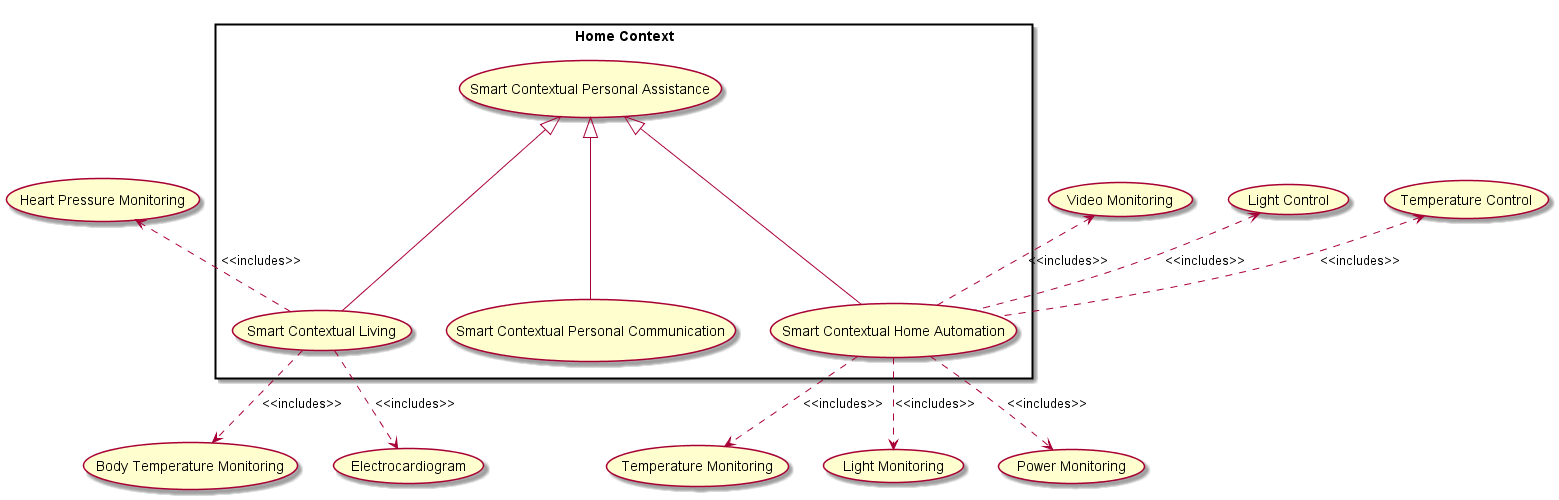
Earlier version of the PlantUML export docs/scenarios/smart-contextual-assistance/smart-contextual-personal-use-cases.png (reTHINK-project/scenario-service-implementation).
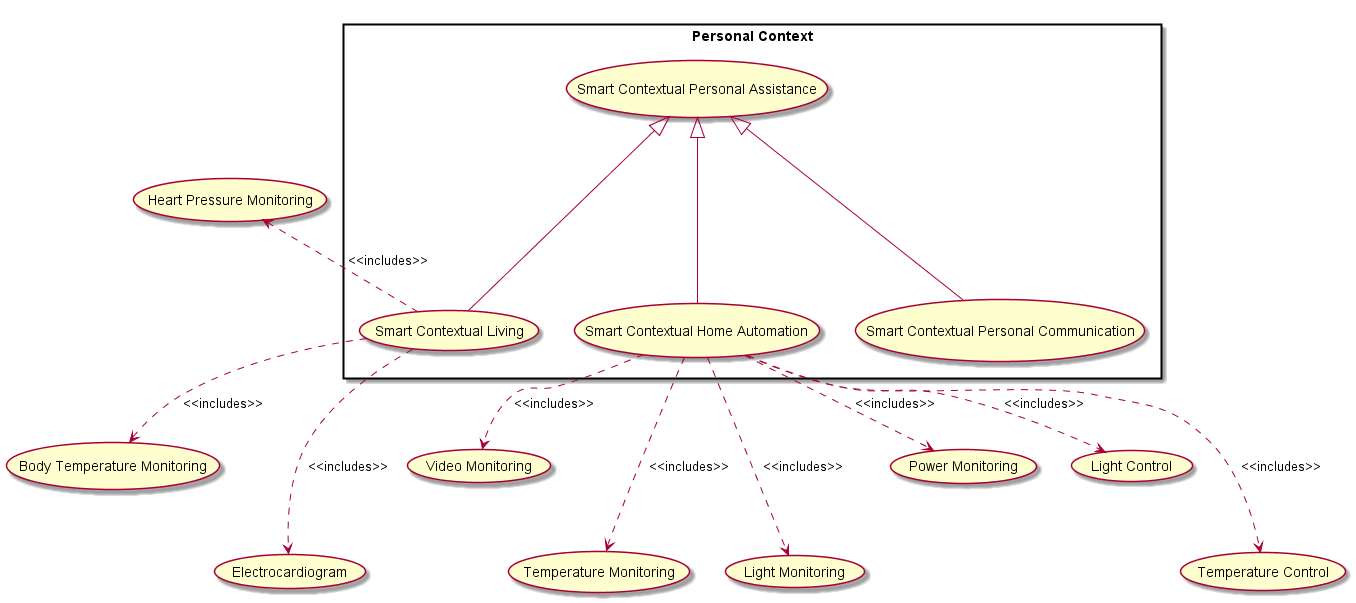
Above is the later version.

The edit, as a diff of the source:
```diff
@@ -16,7 +16,7 @@
 usecase (Temperature Control) as temperatureCtrlUC
 
 
-rectangle "Home Context" {
+rectangle "Personal Context" {
 
   usecase (Smart Contextual Personal Assistance) as myAssistUC
 
@@ -32,16 +32,16 @@
 myAssistUC <|-down-- myHealthUC
 myAssistUC <|-down-- myCommUC
 
-lightCtrlUC <.. homeAutoUC : <<includes>>
-temperatureCtrlUC <.. homeAutoUC : <<includes>>
-videoMonitorUC <.. homeAutoUC : <<includes>>
-temperatureUC <.up. homeAutoUC : <<includes>>
-lightUC <.up. homeAutoUC : <<includes>>
+lightCtrlUC <.up. homeAutoUC : <<includes>>
+temperatureCtrlUC <.up.. homeAutoUC : <<includes>>
+videoMonitorUC <.up. homeAutoUC : <<includes>>
+temperatureUC <.up.. homeAutoUC : <<includes>>
+lightUC <.up.. homeAutoUC : <<includes>>
 powerUC <.up. homeAutoUC : <<includes>>
 
 heartMonitorUC <. myHealthUC : <<includes>>
-bodyTemperatureUC <.up. myHealthUC : <<includes>>
-ecgUC <.up. myHealthUC : <<includes>>
+bodyTemperatureUC <.left. myHealthUC : <<includes>>
+ecgUC <.up.. myHealthUC : <<includes>>
 
 
 @enduml
```
